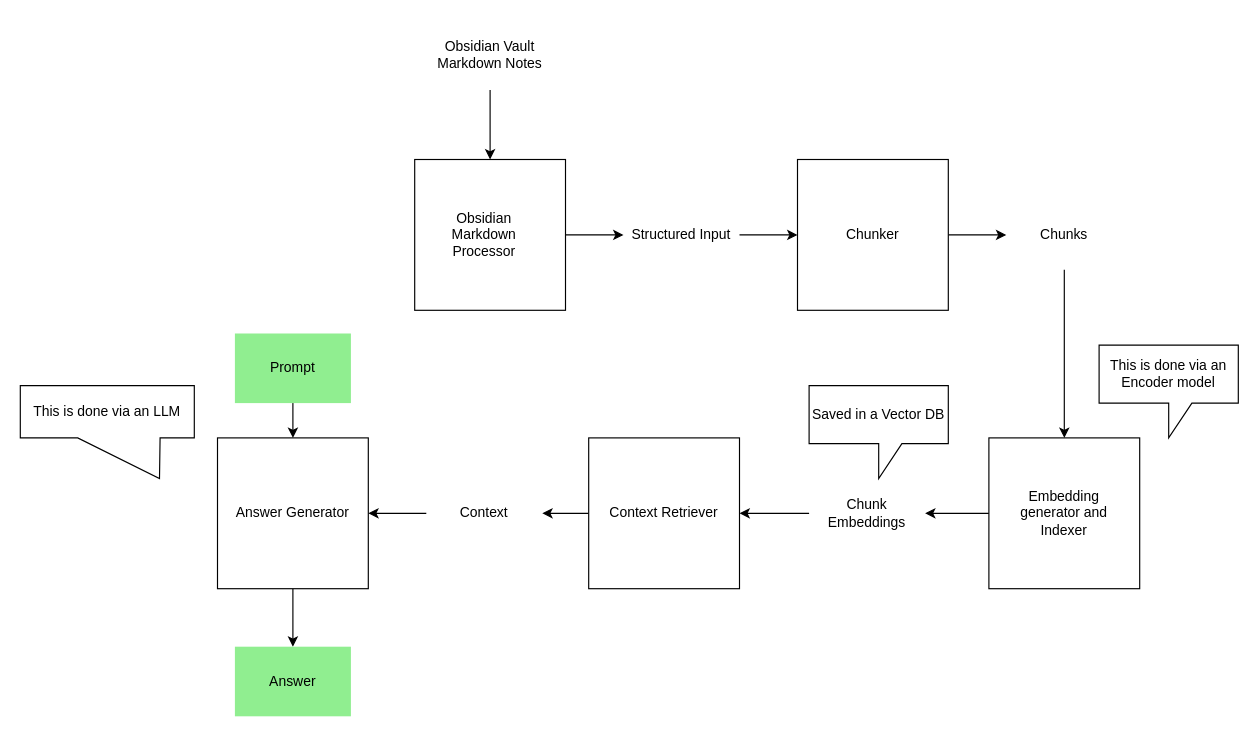
This is Resources/Atlas_Architecture.drawio from DivyenduDutta/Atlas, a draw.io file, before an edit. Source tidied: cells renumbered, new cells numbered last; positions are measured from the earlier drawing's top-left corner, leaving out a move shared by most shapes. Both pictures are drawn from the tidied source at 116%, with x=0, y=0 at pixel (20, 20).
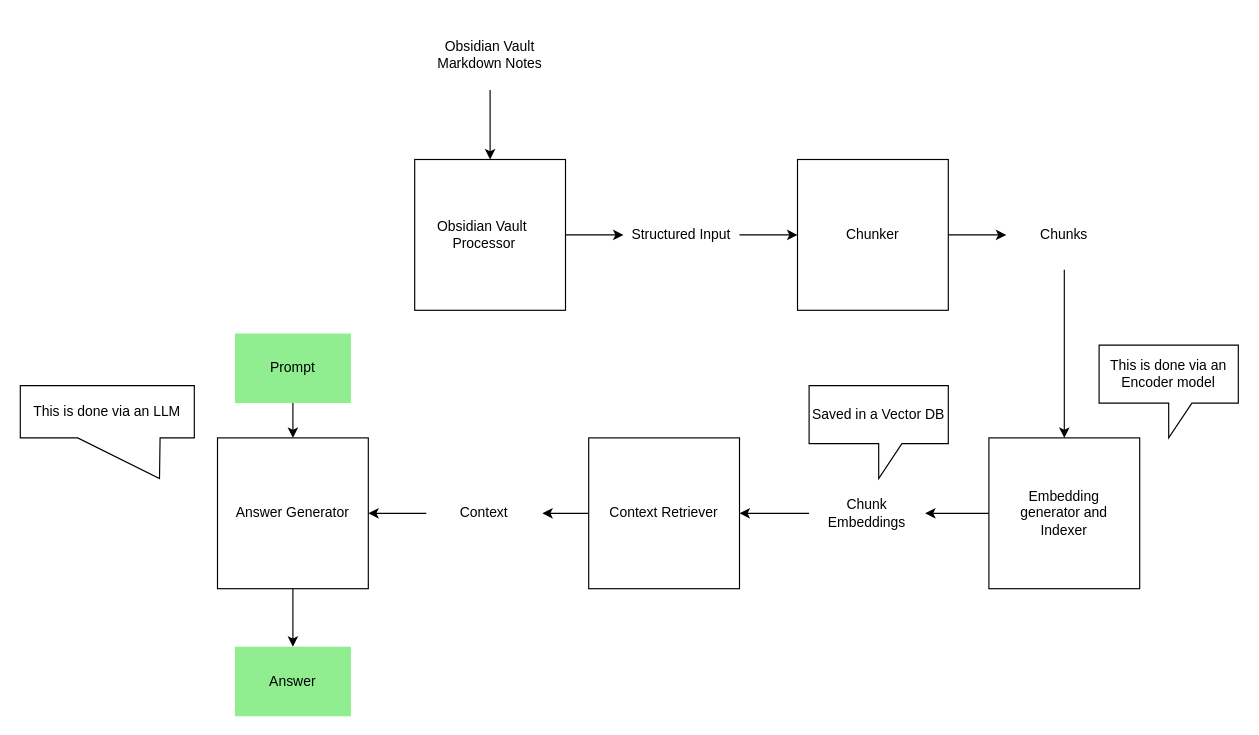
After the change.

Commit message (it also covers changes not shown here):
[FEAT] Update architecture diagram to reflect Obsidian Vault Processor

The edit, as a diff of the source:
```diff
@@
-    <mxCell id="4" value="Obsidian Markdown Processor" style="text;html=1;whiteSpace=wrap;strokeColor=none;fillColor=none;align=center;verticalAlign=middle;rounded=0;" parent="1" vertex="1">
+    <mxCell id="4" value="Obsidian Vault&amp;nbsp;&lt;div&gt;Processor&lt;/div&gt;" style="text;html=1;whiteSpace=wrap;strokeColor=none;fillColor=none;align=center;verticalAlign=middle;rounded=0;" parent="1" vertex="1">
       <mxGeometry x="350" y="155" width="100" height="60" as="geometry" />
     </mxCell>
```
